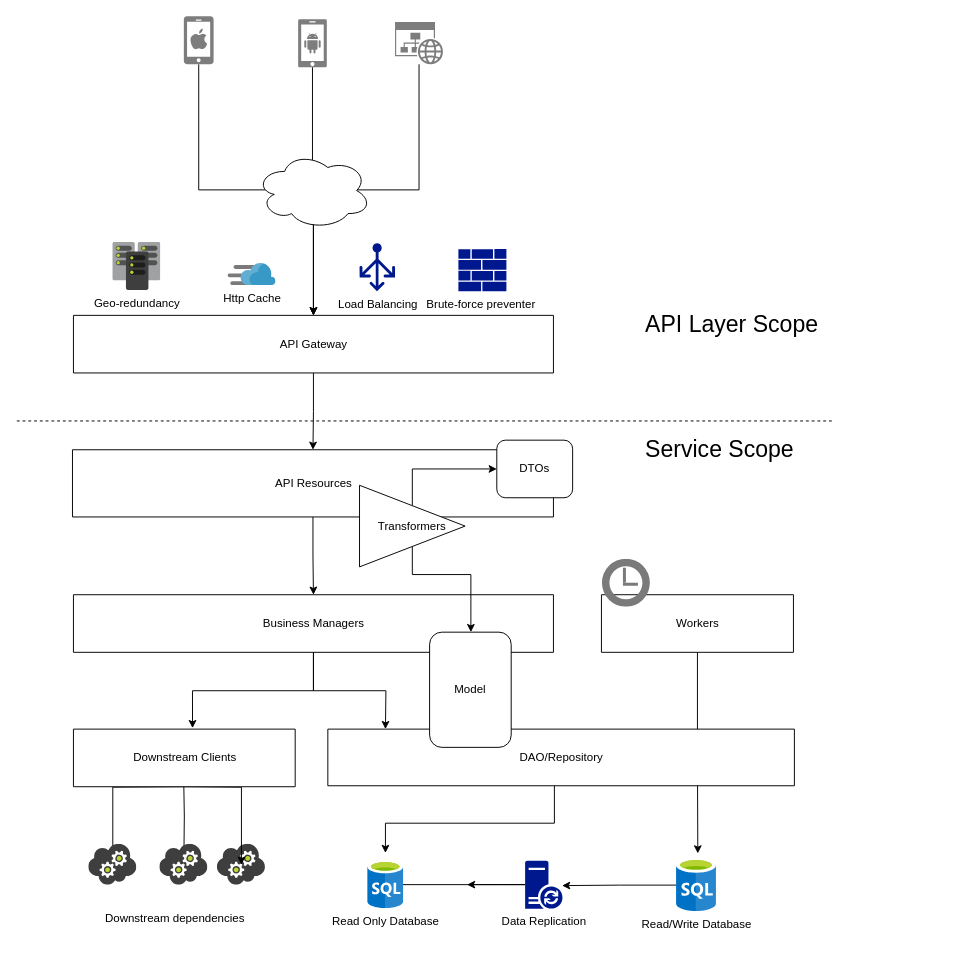
The draw.io diagram Untitled Diagram.drawio in minaasamaan/exchange-rate-service, before the edit. Source tidied: cells renumbered, new cells numbered last; positions are measured from the earlier drawing's top-left corner, leaving out a move shared by most shapes. Both pictures are drawn from the tidied source at 96%, with x=0, y=0 at pixel (16, 15).
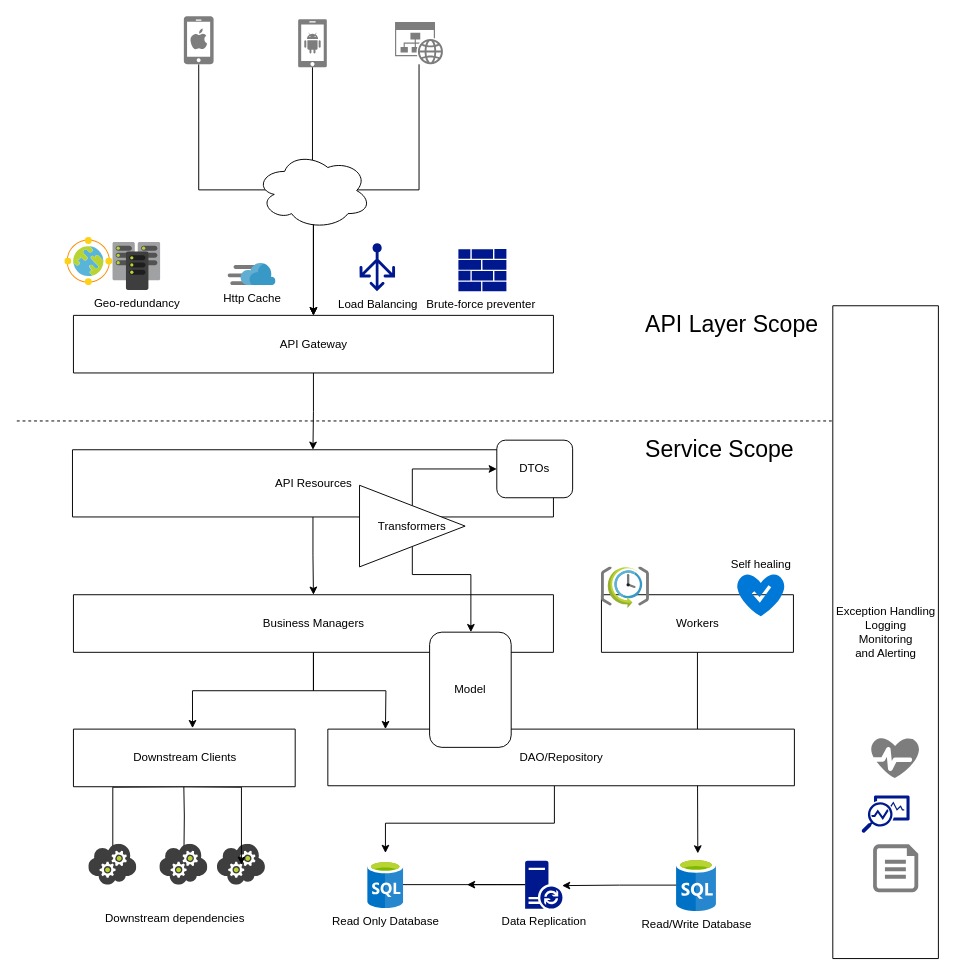
After the change.

The edit, as a diff of the source:
```diff
@@
-    <mxCell id="34" style="html=1;perimeter=none;align=center;shadow=0;dashed=0;image;fontSize=12;image=img/lib/mscae/Postpone.svg;" parent="1" vertex="1">
-      <mxGeometry x="610" y="566" width="50" height="50" as="geometry" />
-    </mxCell>
@@
+    <mxCell id="47" value="Self healing" style="shadow=0;dashed=0;html=1;strokeColor=none;labelPosition=center;verticalLabelPosition=top;verticalAlign=bottom;align=center;shape=mxgraph.azure.healthy;fillColor=#0078D7;" parent="1" vertex="1">
+      <mxGeometry x="750" y="580.5" width="50" height="45" as="geometry" />
+    </mxCell>
+    <mxCell id="48" value="Exception Handling&lt;br&gt;Logging&lt;br&gt;Monitoring&lt;br&gt;and Alerting&lt;br&gt;" style="verticalLabelPosition=middle;verticalAlign=middle;html=1;shape=mxgraph.basic.rect;fillColor=#ffffff;fillColor2=none;strokeColor=#000000;strokeWidth=1;size=20;indent=5;labelPosition=center;align=center;" parent="1" vertex="1">
+      <mxGeometry x="850" y="302" width="110" height="680" as="geometry" />
+    </mxCell>
+    <mxCell id="49" style="shadow=0;dashed=0;html=1;strokeColor=none;labelPosition=center;verticalLabelPosition=bottom;verticalAlign=top;align=center;shape=mxgraph.azure.health_monitoring;fillColor=#7D7D7D;" parent="1" vertex="1">
+      <mxGeometry x="890" y="752" width="50" height="42" as="geometry" />
+    </mxCell>
+    <mxCell id="50" style="shadow=0;dashed=0;html=1;strokeColor=none;labelPosition=center;verticalLabelPosition=bottom;verticalAlign=top;align=center;shape=mxgraph.mscae.enterprise.monitor_running_apps;fillColor=#00188D;" parent="1" vertex="1">
+      <mxGeometry x="880" y="812" width="50" height="39" as="geometry" />
+    </mxCell>
+    <mxCell id="51" style="shadow=0;dashed=0;html=1;strokeColor=none;labelPosition=center;verticalLabelPosition=bottom;verticalAlign=top;align=center;shape=mxgraph.azure.file;fillColor=#7D7D7D;" parent="1" vertex="1">
+      <mxGeometry x="892" y="863" width="47" height="50" as="geometry" />
+    </mxCell>
+    <mxCell id="52" style="html=1;perimeter=none;align=center;shadow=0;dashed=0;image;fontSize=12;image=img/lib/mscae/GeoReplicationPremium.svg;" parent="1" vertex="1">
+      <mxGeometry x="50" y="231" width="50" height="50" as="geometry" />
+    </mxCell>
+    <mxCell id="53" style="html=1;perimeter=none;align=center;shadow=0;dashed=0;image;fontSize=12;image=img/lib/mscae/SchedulerJobCollection.svg;" parent="1" vertex="1">
+      <mxGeometry x="609" y="574" width="50" height="43.5" as="geometry" />
+    </mxCell>
```
